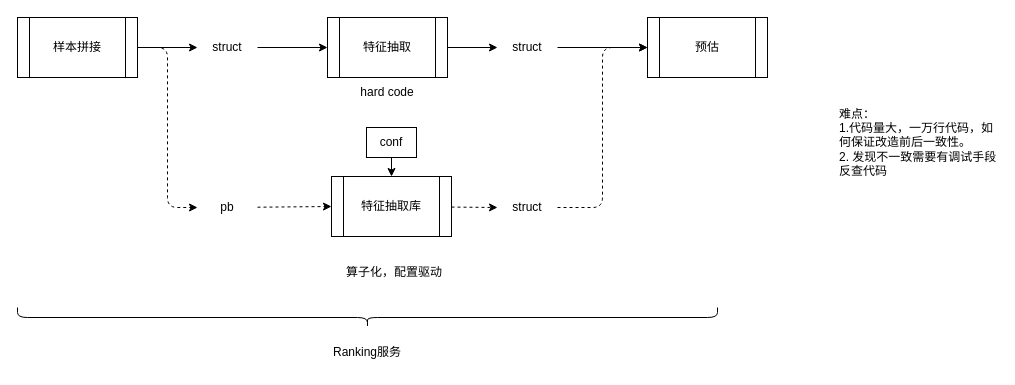
This is RecommandSystem/passed_work_share/feature_extractor.drawio from YoungAndSure/TechArt, a draw.io file, before an edit. Source tidied: cells renumbered, new cells numbered last; positions are measured from the earlier drawing's top-left corner, leaving out a move shared by most shapes. Both pictures are drawn from the tidied source at 100%, with x=0, y=0 at pixel (17, -33).
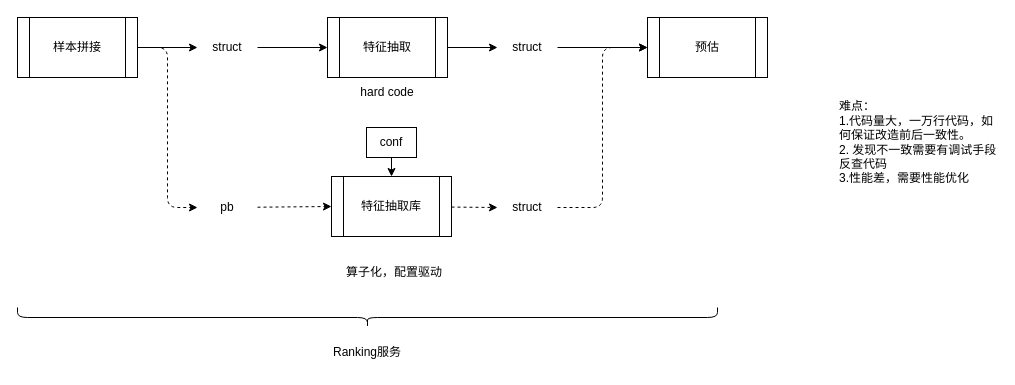
The same page after the edit.

The edit, as a diff of the source:
```diff
@@
-    <mxCell id="23" value="难点：&lt;div&gt;1.代码量大，一万行代码，如何保证改造前后一致性。&lt;/div&gt;&lt;div&gt;2. 发现不一致需要有调试手段反查代码&lt;/div&gt;" style="text;html=1;align=left;verticalAlign=middle;whiteSpace=wrap;rounded=0;" parent="1" vertex="1">
+    <mxCell id="23" value="难点：&lt;div&gt;1.代码量大，一万行代码，如何保证改造前后一致性。&lt;/div&gt;&lt;div&gt;2. 发现不一致需要有调试手段反查代码&lt;/div&gt;&lt;div&gt;3.性能差，需要性能优化&lt;/div&gt;" style="text;html=1;align=left;verticalAlign=middle;whiteSpace=wrap;rounded=0;" parent="1" vertex="1">
       <mxGeometry x="820" y="130" width="160" height="90" as="geometry" />
     </mxCell>
```
